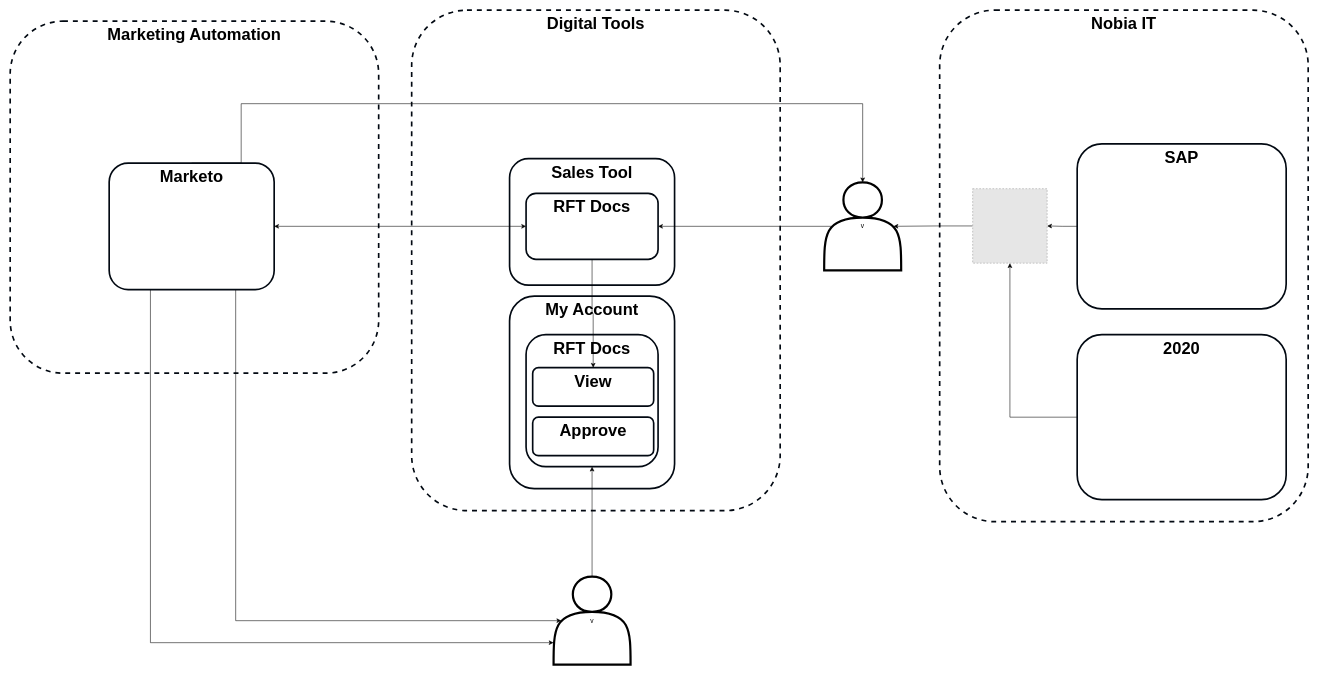
Above: page "RFT" (4 of 9) of Calendar.drawio in mrf742002/Diagrams (draw.io), before the change. Source tidied: cells renumbered, new cells numbered last; positions are measured from the earlier drawing's top-left corner, leaving out a move shared by most shapes. Both pictures are drawn from the tidied source at 55%, with x=0, y=0 at pixel (10, 10). Pictures stored in the file or linked from it are replaced by grey dashed boxes.
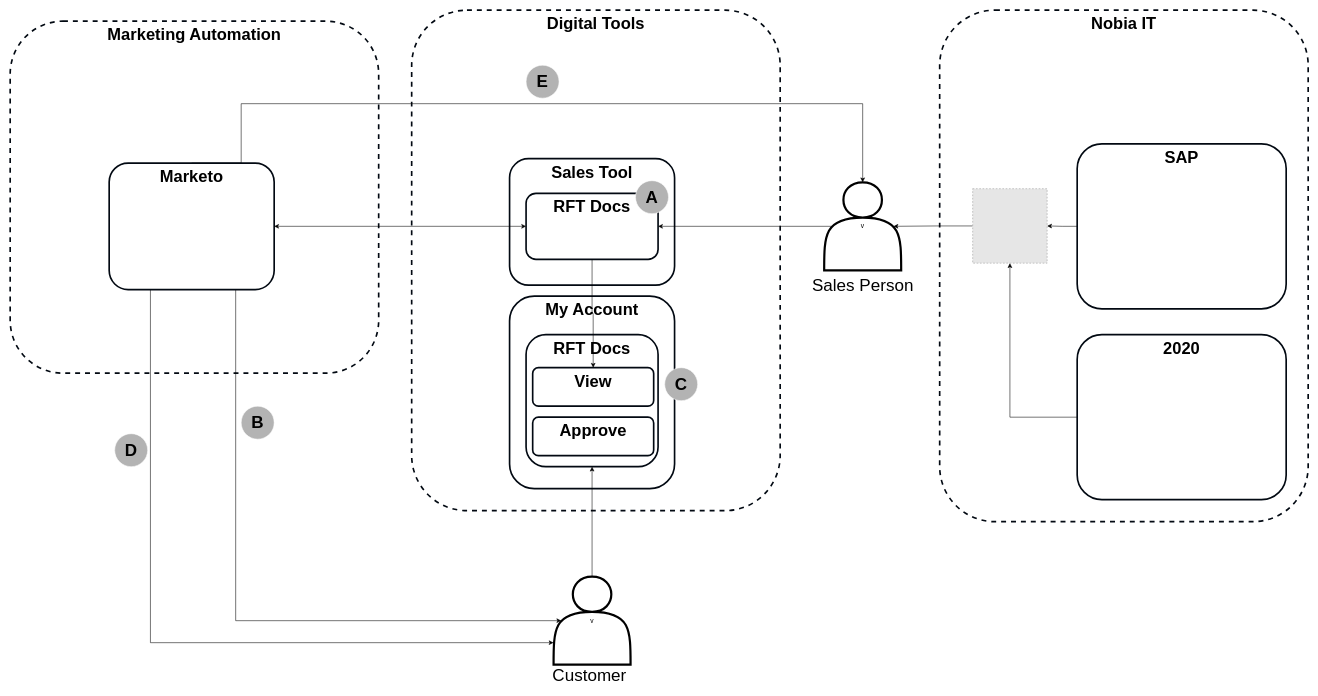
Above is the later version.

Diff of the diagram source:
```diff
@@
+    <mxCell id="27" value="&lt;b style=&quot;font-size: 31px;&quot;&gt;&lt;font style=&quot;font-size: 31px;&quot;&gt;A&lt;/font&gt;&lt;/b&gt;" style="ellipse;whiteSpace=wrap;html=1;strokeColor=#FFFFFF;fillColor=#B3B3B3;fontSize=31;" parent="1" vertex="1">
+      <mxGeometry x="1137" y="310" width="60" height="60" as="geometry" />
+    </mxCell>
+    <mxCell id="28" value="&lt;b style=&quot;font-size: 31px&quot;&gt;&lt;font style=&quot;font-size: 31px&quot;&gt;B&lt;/font&gt;&lt;/b&gt;" style="ellipse;whiteSpace=wrap;html=1;strokeColor=#FFFFFF;fillColor=#B3B3B3;fontSize=31;" parent="1" vertex="1">
+      <mxGeometry x="420" y="720" width="60" height="60" as="geometry" />
+    </mxCell>
+    <mxCell id="29" value="&lt;b style=&quot;font-size: 31px&quot;&gt;&lt;font style=&quot;font-size: 31px&quot;&gt;C&lt;/font&gt;&lt;/b&gt;" style="ellipse;whiteSpace=wrap;html=1;strokeColor=#FFFFFF;fillColor=#B3B3B3;fontSize=31;" parent="1" vertex="1">
+      <mxGeometry x="1190" y="650" width="60" height="60" as="geometry" />
+    </mxCell>
+    <mxCell id="30" value="&lt;b style=&quot;font-size: 31px&quot;&gt;&lt;font style=&quot;font-size: 31px&quot;&gt;D&lt;/font&gt;&lt;/b&gt;" style="ellipse;whiteSpace=wrap;html=1;strokeColor=#FFFFFF;fillColor=#B3B3B3;fontSize=31;" parent="1" vertex="1">
+      <mxGeometry x="190" y="770" width="60" height="60" as="geometry" />
+    </mxCell>
+    <mxCell id="31" value="&lt;b style=&quot;font-size: 31px&quot;&gt;&lt;font style=&quot;font-size: 31px&quot;&gt;E&lt;/font&gt;&lt;/b&gt;" style="ellipse;whiteSpace=wrap;html=1;strokeColor=#FFFFFF;fillColor=#B3B3B3;fontSize=31;" parent="1" vertex="1">
+      <mxGeometry x="938" y="100" width="60" height="60" as="geometry" />
+    </mxCell>
+    <mxCell id="32" value="Sales Person" style="text;html=1;align=center;verticalAlign=middle;fontSize=31;" parent="1" vertex="1">
+      <mxGeometry x="1450" y="480" width="200" height="40" as="geometry" />
+    </mxCell>
+    <mxCell id="33" value="Customer" style="text;html=1;align=center;verticalAlign=middle;fontSize=31;" parent="1" vertex="1">
+      <mxGeometry x="978" y="1190" width="150" height="40" as="geometry" />
+    </mxCell>
```
